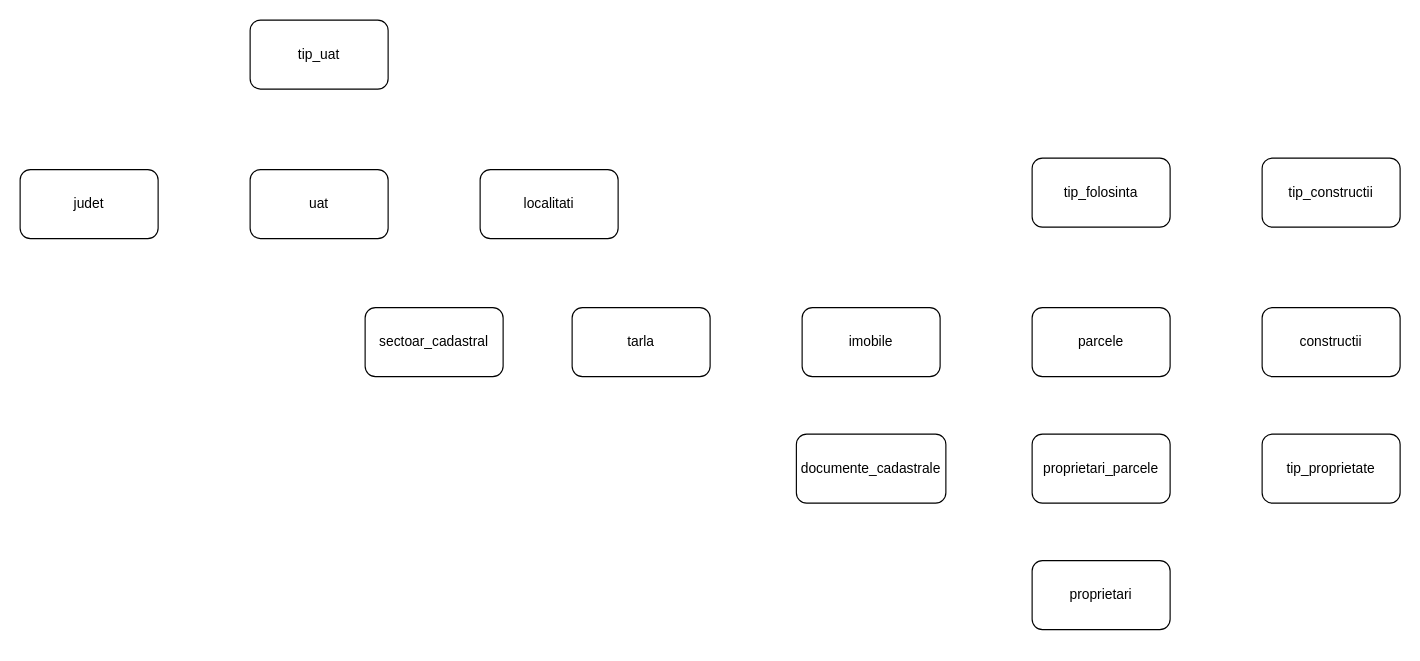
This is Diagramă examen.drawio from AdelaLukacs/examen_sem_I_lukacs_adela, a draw.io file, before an edit. Source tidied: cells renumbered, new cells numbered last; positions are measured from the earlier drawing's top-left corner, leaving out a move shared by most shapes. Both pictures are drawn from the tidied source at 115%, with x=0, y=0 at pixel (20, 20).
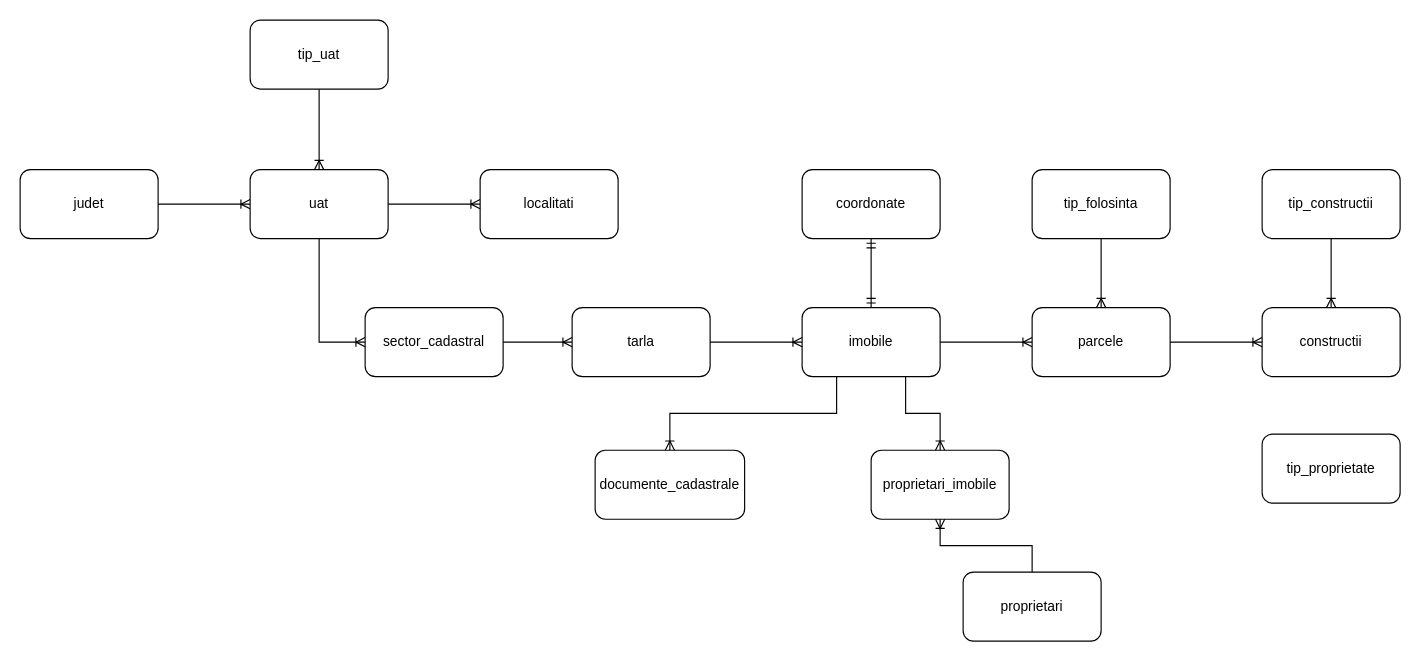
Above is the later version.

Unchanged cells that the change refers to:
```xml
<mxCell id="2" value="judet" style="rounded=1;whiteSpace=wrap;html=1;" parent="1" vertex="1">
  <mxGeometry y="130" width="120" height="60" as="geometry" />
</mxCell>
<mxCell id="3" value="uat" style="rounded=1;whiteSpace=wrap;html=1;" parent="1" vertex="1">
  <mxGeometry x="200" y="130" width="120" height="60" as="geometry" />
</mxCell>
<mxCell id="4" value="localitati" style="rounded=1;whiteSpace=wrap;html=1;" parent="1" vertex="1">
  <mxGeometry x="400" y="130" width="120" height="60" as="geometry" />
</mxCell>
<mxCell id="6" value="imobile" style="rounded=1;whiteSpace=wrap;html=1;" parent="1" vertex="1">
  <mxGeometry x="680" y="250" width="120" height="60" as="geometry" />
</mxCell>
<mxCell id="7" value="parcele" style="rounded=1;whiteSpace=wrap;html=1;" parent="1" vertex="1">
  <mxGeometry x="880" y="250" width="120" height="60" as="geometry" />
</mxCell>
<mxCell id="8" value="constructii" style="rounded=1;whiteSpace=wrap;html=1;" parent="1" vertex="1">
  <mxGeometry x="1080" y="250" width="120" height="60" as="geometry" />
</mxCell>
<mxCell id="12" value="tip_uat" style="rounded=1;whiteSpace=wrap;html=1;" parent="1" vertex="1">
  <mxGeometry x="200" width="120" height="60" as="geometry" />
</mxCell>
<mxCell id="15" value="tarla" style="rounded=1;whiteSpace=wrap;html=1;" parent="1" vertex="1">
  <mxGeometry x="480" y="250" width="120" height="60" as="geometry" />
</mxCell>
```

The edit, as a diff of the source:
```diff
@@
-    <mxCell id="5" value="sectoar_cadastral" style="rounded=1;whiteSpace=wrap;html=1;" parent="1" vertex="1">
+    <mxCell id="5" value="sector_cadastral" style="rounded=1;whiteSpace=wrap;html=1;" parent="1" vertex="1">
       <mxGeometry x="300" y="250" width="120" height="60" as="geometry" />
     </mxCell>
@@
     <mxCell id="9" value="proprietari" style="rounded=1;whiteSpace=wrap;html=1;" parent="1" vertex="1">
-      <mxGeometry x="880" y="470" width="120" height="60" as="geometry" />
+      <mxGeometry x="820" y="480" width="120" height="60" as="geometry" />
     </mxCell>
@@
     <mxCell id="11" value="documente_cadastrale" style="rounded=1;whiteSpace=wrap;html=1;" parent="1" vertex="1">
-      <mxGeometry x="675" y="360" width="130" height="60" as="geometry" />
+      <mxGeometry x="500" y="374" width="130" height="60" as="geometry" />
     </mxCell>
@@
     <mxCell id="13" value="tip_folosinta" style="rounded=1;whiteSpace=wrap;html=1;" parent="1" vertex="1">
-      <mxGeometry x="880" y="120" width="120" height="60" as="geometry" />
+      <mxGeometry x="880" y="130" width="120" height="60" as="geometry" />
     </mxCell>
     <mxCell id="14" value="tip_constructii" style="rounded=1;whiteSpace=wrap;html=1;" parent="1" vertex="1">
-      <mxGeometry x="1080" y="120" width="120" height="60" as="geometry" />
+      <mxGeometry x="1080" y="130" width="120" height="60" as="geometry" />
     </mxCell>
@@
-    <mxCell id="16" value="proprietari_parcele" style="rounded=1;whiteSpace=wrap;html=1;" parent="1" vertex="1">
-      <mxGeometry x="880" y="360" width="120" height="60" as="geometry" />
+    <mxCell id="16" value="proprietari_imobile" style="rounded=1;whiteSpace=wrap;html=1;" parent="1" vertex="1">
+      <mxGeometry x="740" y="374" width="120" height="60" as="geometry" />
     </mxCell>
+    <mxCell id="17" style="edgeStyle=entityRelationEdgeStyle;fontSize=12;html=1;endArrow=ERoneToMany;rounded=0;exitX=1;exitY=0.5;exitDx=0;exitDy=0;entryX=0;entryY=0.5;entryDx=0;entryDy=0;" parent="1" edge="1" source="2" target="3">
+      <mxGeometry relative="1" as="geometry" />
+    </mxCell>
+    <mxCell id="18" style="edgeStyle=entityRelationEdgeStyle;fontSize=12;html=1;endArrow=ERoneToMany;rounded=0;exitX=1;exitY=0.5;exitDx=0;exitDy=0;entryX=0;entryY=0.5;entryDx=0;entryDy=0;" parent="1" edge="1" source="3" target="4">
+      <mxGeometry relative="1" as="geometry" />
+    </mxCell>
+    <mxCell id="19" style="fontSize=12;html=1;endArrow=ERoneToMany;rounded=0;entryX=0;entryY=0.5;entryDx=0;entryDy=0;exitX=0.5;exitY=1;exitDx=0;exitDy=0;edgeStyle=orthogonalEdgeStyle;" parent="1" edge="1" source="3" target="5">
+      <mxGeometry relative="1" as="geometry" />
+    </mxCell>
+    <mxCell id="20" style="edgeStyle=entityRelationEdgeStyle;fontSize=12;html=1;endArrow=ERoneToMany;rounded=0;exitX=1;exitY=0.5;exitDx=0;exitDy=0;entryX=0;entryY=0.5;entryDx=0;entryDy=0;" parent="1" edge="1" source="5" target="15">
+      <mxGeometry relative="1" as="geometry" />
+    </mxCell>
+    <mxCell id="21" style="edgeStyle=entityRelationEdgeStyle;fontSize=12;html=1;endArrow=ERoneToMany;rounded=0;exitX=1;exitY=0.5;exitDx=0;exitDy=0;entryX=0;entryY=0.5;entryDx=0;entryDy=0;" parent="1" edge="1" source="15" target="6">
+      <mxGeometry relative="1" as="geometry" />
+    </mxCell>
+    <mxCell id="22" style="edgeStyle=entityRelationEdgeStyle;fontSize=12;html=1;endArrow=ERoneToMany;rounded=0;exitX=1;exitY=0.5;exitDx=0;exitDy=0;entryX=0;entryY=0.5;entryDx=0;entryDy=0;" parent="1" edge="1" source="6" target="7">
+      <mxGeometry relative="1" as="geometry" />
+    </mxCell>
+    <mxCell id="23" style="edgeStyle=entityRelationEdgeStyle;fontSize=12;html=1;endArrow=ERoneToMany;rounded=0;exitX=1;exitY=0.5;exitDx=0;exitDy=0;entryX=0;entryY=0.5;entryDx=0;entryDy=0;" parent="1" edge="1" source="7" target="8">
+      <mxGeometry relative="1" as="geometry" />
+    </mxCell>
+    <mxCell id="24" value="coordonate" style="rounded=1;whiteSpace=wrap;html=1;" parent="1" vertex="1">
+      <mxGeometry x="680" y="130" width="120" height="60" as="geometry" />
+    </mxCell>
+    <mxCell id="25" style="fontSize=12;html=1;endArrow=ERmandOne;startArrow=ERmandOne;rounded=0;exitX=0.5;exitY=0;exitDx=0;exitDy=0;entryX=0.5;entryY=1;entryDx=0;entryDy=0;" parent="1" edge="1" source="6" target="24">
+      <mxGeometry relative="1" as="geometry" />
+    </mxCell>
+    <mxCell id="26" style="fontSize=12;html=1;endArrow=ERoneToMany;rounded=0;exitX=0.25;exitY=1;exitDx=0;exitDy=0;entryX=0.5;entryY=0;entryDx=0;entryDy=0;edgeStyle=orthogonalEdgeStyle;" parent="1" edge="1" source="6" target="11">
+      <mxGeometry relative="1" as="geometry" />
+    </mxCell>
+    <mxCell id="27" style="fontSize=12;html=1;endArrow=ERoneToMany;rounded=0;exitX=0.5;exitY=1;exitDx=0;exitDy=0;entryX=0.5;entryY=0;entryDx=0;entryDy=0;" parent="1" edge="1" source="12" target="3">
+      <mxGeometry relative="1" as="geometry" />
+    </mxCell>
+    <mxCell id="28" style="fontSize=12;html=1;endArrow=ERoneToMany;rounded=0;exitX=0.5;exitY=1;exitDx=0;exitDy=0;entryX=0.5;entryY=0;entryDx=0;entryDy=0;" parent="1" edge="1" source="13" target="7">
+      <mxGeometry relative="1" as="geometry" />
+    </mxCell>
+    <mxCell id="29" style="fontSize=12;html=1;endArrow=ERoneToMany;rounded=0;exitX=0.5;exitY=1;exitDx=0;exitDy=0;entryX=0.5;entryY=0;entryDx=0;entryDy=0;" parent="1" edge="1" source="14" target="8">
+      <mxGeometry relative="1" as="geometry" />
+    </mxCell>
+    <mxCell id="30" style="fontSize=12;html=1;endArrow=ERoneToMany;rounded=0;exitX=0.5;exitY=0;exitDx=0;exitDy=0;entryX=0.5;entryY=1;entryDx=0;entryDy=0;edgeStyle=orthogonalEdgeStyle;" parent="1" edge="1" source="9" target="16">
+      <mxGeometry relative="1" as="geometry" />
+    </mxCell>
+    <mxCell id="31" style="edgeStyle=orthogonalEdgeStyle;fontSize=12;html=1;endArrow=ERoneToMany;rounded=0;exitX=0.75;exitY=1;exitDx=0;exitDy=0;entryX=0.5;entryY=0;entryDx=0;entryDy=0;" parent="1" edge="1" source="6" target="16">
+      <mxGeometry relative="1" as="geometry" />
+    </mxCell>
```
